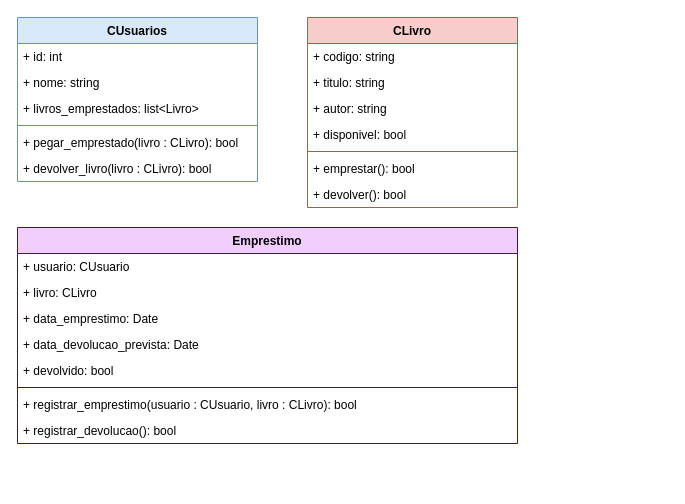
Above: Atv1Tbl2.drawio in Filipe-tizz0/POO (draw.io), before the change. Source tidied: cells renumbered, new cells numbered last; positions are measured from the earlier drawing's top-left corner, leaving out a move shared by most shapes. Both pictures are drawn from the tidied source at 100%, with x=0, y=0 at pixel (17, 17).
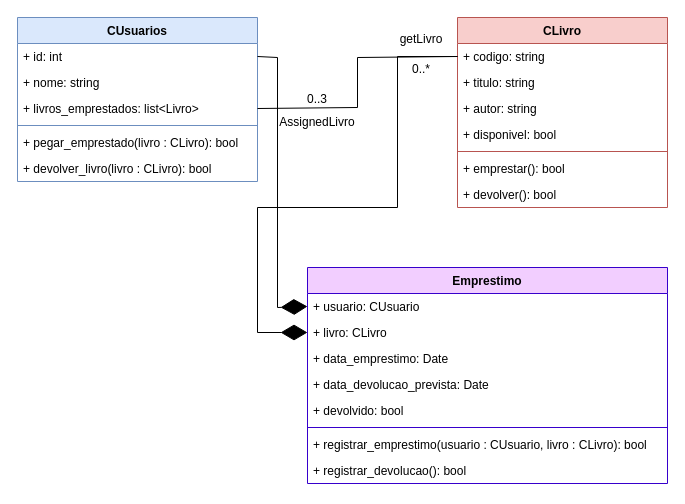
The same diagram, later.

The change refers to these unchanged cells:
```xml
<mxCell id="3" value="+ id: int&lt;div&gt;&lt;br&gt;&lt;/div&gt;" style="text;strokeColor=none;fillColor=none;align=left;verticalAlign=top;spacingLeft=4;spacingRight=4;overflow=hidden;points=[[0,0.5],[1,0.5]];portConstraint=eastwest;whiteSpace=wrap;html=1;" parent="2" vertex="1">
  <mxGeometry y="26" width="240" height="26" as="geometry" />
</mxCell>
<mxCell id="5" value="+ livros_emprestados: list&amp;lt;Livro&amp;gt;" style="text;strokeColor=none;fillColor=none;align=left;verticalAlign=top;spacingLeft=4;spacingRight=4;overflow=hidden;points=[[0,0.5],[1,0.5]];portConstraint=eastwest;whiteSpace=wrap;html=1;labelBackgroundColor=none;fontColor=default;textShadow=0;" parent="2" vertex="1">
  <mxGeometry y="78" width="240" height="26" as="geometry" />
</mxCell>
<mxCell id="11" value="+ codigo: string" style="text;strokeColor=none;fillColor=none;align=left;verticalAlign=top;spacingLeft=4;spacingRight=4;overflow=hidden;points=[[0,0.5],[1,0.5]];portConstraint=eastwest;whiteSpace=wrap;html=1;" parent="10" vertex="1">
  <mxGeometry y="26" width="210" height="26" as="geometry" />
</mxCell>
```

What changed in the source:
```diff
@@
     <mxCell id="10" value="CLivro" style="swimlane;fontStyle=1;align=center;verticalAlign=top;horizontal=1;startSize=26;whiteSpace=wrap;html=1;fillColor=#f8cecc;strokeColor=#b85450;rounded=0;" parent="1" vertex="1">
-      <mxGeometry x="290" width="210" height="190" as="geometry" />
+      <mxGeometry x="440" width="210" height="190" as="geometry" />
     </mxCell>
@@
     <mxCell id="18" value="Emprestimo" style="swimlane;fontStyle=1;align=center;verticalAlign=top;horizontal=1;startSize=26;whiteSpace=wrap;html=1;fillColor=#F2CEFF;strokeColor=#3700CC;fontColor=#000000;" parent="1" vertex="1">
-      <mxGeometry y="210" width="500" height="216" as="geometry" />
+      <mxGeometry x="290" y="250" width="360" height="216" as="geometry" />
     </mxCell>
     <mxCell id="19" value="+ usuario: CUsuario" style="text;strokeColor=none;fillColor=none;align=left;verticalAlign=top;spacingLeft=4;spacingRight=4;overflow=hidden;points=[[0,0.5],[1,0.5]];portConstraint=eastwest;whiteSpace=wrap;html=1;" parent="18" vertex="1">
-      <mxGeometry y="26" width="500" height="26" as="geometry" />
+      <mxGeometry y="26" width="360" height="26" as="geometry" />
     </mxCell>
     <mxCell id="20" value="+ livro: CLivro" style="text;strokeColor=none;fillColor=none;align=left;verticalAlign=top;spacingLeft=4;spacingRight=4;overflow=hidden;points=[[0,0.5],[1,0.5]];portConstraint=eastwest;whiteSpace=wrap;html=1;" parent="18" vertex="1">
-      <mxGeometry y="52" width="500" height="26" as="geometry" />
+      <mxGeometry y="52" width="360" height="26" as="geometry" />
     </mxCell>
     <mxCell id="21" value="+ data_emprestimo: Date" style="text;strokeColor=none;fillColor=none;align=left;verticalAlign=top;spacingLeft=4;spacingRight=4;overflow=hidden;whiteSpace=wrap;html=1;" parent="18" vertex="1">
-      <mxGeometry y="78" width="500" height="26" as="geometry" />
+      <mxGeometry y="78" width="360" height="26" as="geometry" />
     </mxCell>
     <mxCell id="22" value="+ data_devolucao_prevista: Date" style="text;strokeColor=none;fillColor=none;align=left;verticalAlign=top;spacingLeft=4;spacingRight=4;overflow=hidden;whiteSpace=wrap;html=1;" parent="18" vertex="1">
-      <mxGeometry y="104" width="500" height="26" as="geometry" />
+      <mxGeometry y="104" width="360" height="26" as="geometry" />
     </mxCell>
     <mxCell id="23" value="+ devolvido: bool" style="text;strokeColor=none;fillColor=none;align=left;verticalAlign=top;spacingLeft=4;spacingRight=4;overflow=hidden;whiteSpace=wrap;html=1;" parent="18" vertex="1">
-      <mxGeometry y="130" width="500" height="26" as="geometry" />
+      <mxGeometry y="130" width="360" height="26" as="geometry" />
     </mxCell>
     <mxCell id="24" style="line;strokeWidth=1;fillColor=none;align=left;verticalAlign=middle;spacingTop=-1;spacingLeft=3;spacingRight=3;labelPosition=right;strokeColor=inherit;" parent="18" vertex="1">
-      <mxGeometry y="156" width="500" height="8" as="geometry" />
+      <mxGeometry y="156" width="360" height="8" as="geometry" />
     </mxCell>
     <mxCell id="25" value="+ registrar_emprestimo(usuario : CUsuario, livro : CLivro): bool" style="text;strokeColor=none;fillColor=none;align=left;verticalAlign=top;spacingLeft=4;spacingRight=4;overflow=hidden;whiteSpace=wrap;html=1;" parent="18" vertex="1">
-      <mxGeometry y="164" width="500" height="26" as="geometry" />
+      <mxGeometry y="164" width="360" height="26" as="geometry" />
     </mxCell>
     <mxCell id="26" value="+ registrar_devolucao(): bool" style="text;strokeColor=none;fillColor=none;align=left;verticalAlign=top;spacingLeft=4;spacingRight=4;overflow=hidden;whiteSpace=wrap;html=1;" parent="18" vertex="1">
-      <mxGeometry y="190" width="500" height="26" as="geometry" />
+      <mxGeometry y="190" width="360" height="26" as="geometry" />
     </mxCell>
+    <mxCell id="27" style="endArrow=diamondThin;endFill=1;endSize=24;html=1;rounded=0;entryX=0;entryY=0.5;entryDx=0;entryDy=0;exitX=1;exitY=0.5;exitDx=0;exitDy=0;" parent="1" edge="1" source="3" target="19">
+      <mxGeometry relative="1" as="geometry">
+        <Array as="points">
+          <mxPoint x="260" y="40" />
+          <mxPoint x="260" y="290" />
+        </Array>
+      </mxGeometry>
+    </mxCell>
+    <mxCell id="28" style="endArrow=diamondThin;endFill=1;endSize=24;html=1;rounded=0;entryX=0;entryY=0.5;entryDx=0;entryDy=0;exitX=0;exitY=0.5;exitDx=0;exitDy=0;" parent="1" edge="1" source="11" target="20">
+      <mxGeometry relative="1" as="geometry">
+        <Array as="points">
+          <mxPoint x="380" y="39" />
+          <mxPoint x="380" y="190" />
+          <mxPoint x="240" y="190" />
+          <mxPoint x="240" y="315" />
+        </Array>
+      </mxGeometry>
+    </mxCell>
+    <mxCell id="29" value="0..3" style="text;html=1;align=center;verticalAlign=middle;whiteSpace=wrap;rounded=0;" parent="1" vertex="1">
+      <mxGeometry x="270" y="67" width="60" height="30" as="geometry" />
+    </mxCell>
+    <mxCell id="30" value="AssignedLivro" style="text;html=1;align=center;verticalAlign=middle;whiteSpace=wrap;rounded=0;" parent="1" vertex="1">
+      <mxGeometry x="270" y="90" width="60" height="30" as="geometry" />
+    </mxCell>
+    <mxCell id="31" value="0..*" style="text;html=1;align=center;verticalAlign=middle;whiteSpace=wrap;rounded=0;" parent="1" vertex="1">
+      <mxGeometry x="374" y="37" width="60" height="30" as="geometry" />
+    </mxCell>
+    <mxCell id="32" value="getLivro" style="text;html=1;align=center;verticalAlign=middle;whiteSpace=wrap;rounded=0;" parent="1" vertex="1">
+      <mxGeometry x="374" y="7" width="60" height="30" as="geometry" />
+    </mxCell>
+    <mxCell id="33" style="endArrow=none;html=1;rounded=0;entryX=0;entryY=0.5;entryDx=0;entryDy=0;exitX=1;exitY=0.5;exitDx=0;exitDy=0;" parent="1" edge="1" source="5" target="11">
+      <mxGeometry relative="1" as="geometry">
+        <Array as="points">
+          <mxPoint x="340" y="90" />
+          <mxPoint x="340" y="40" />
+        </Array>
+      </mxGeometry>
+    </mxCell>
```
